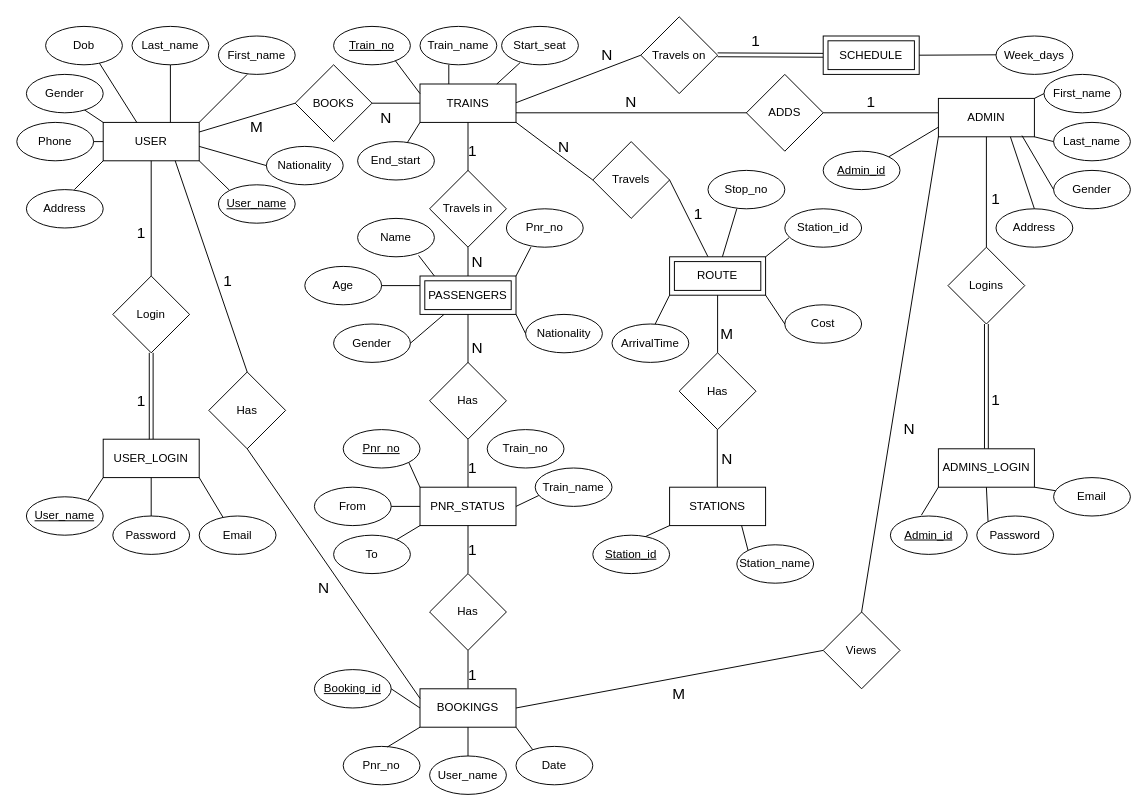
Above: Project Details/IRCTC ER Diagram (2).drawio in SHASHIDHAR-as/IRCTC (draw.io), before the change. Source tidied: cells renumbered, new cells numbered last; positions are measured from the earlier drawing's top-left corner, leaving out a move shared by most shapes. Both pictures are drawn from the tidied source at 96%, with x=0, y=0 at pixel (16, 16).
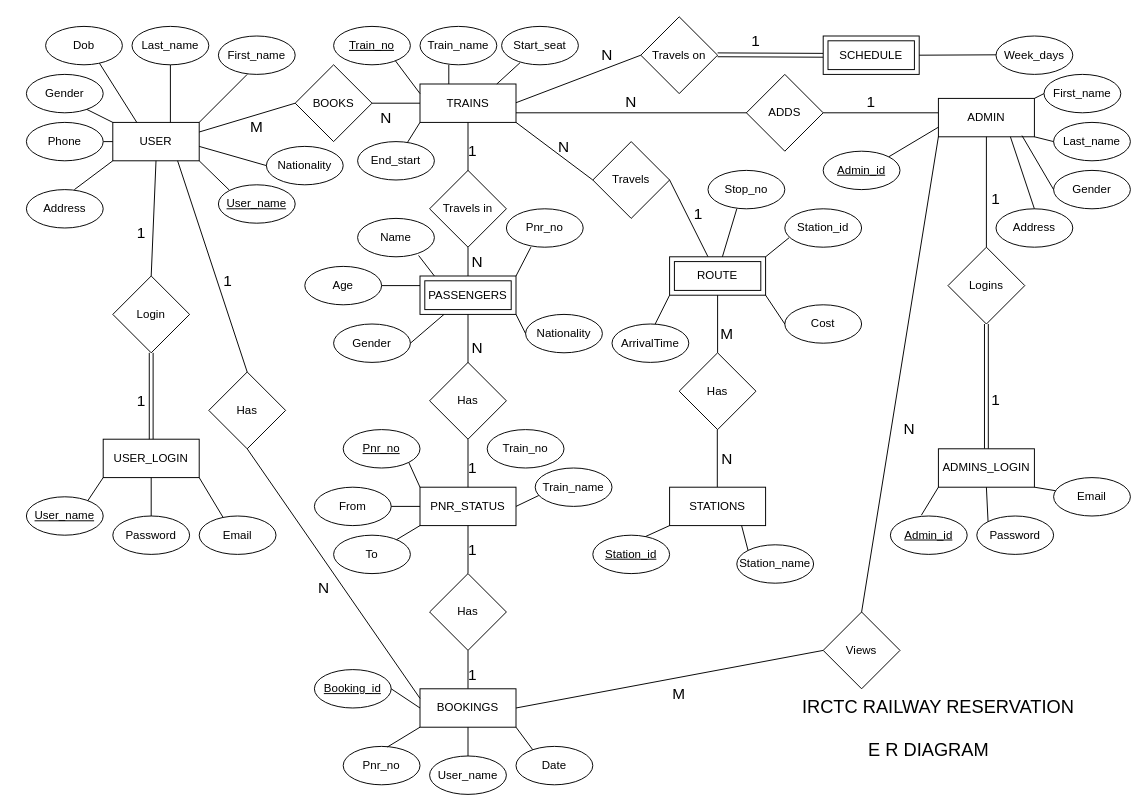
The same diagram, later.

Diff of the diagram source:
```diff
@@
     <mxCell id="2" value="USER" style="whiteSpace=wrap;html=1;align=center;" parent="1" vertex="1">
-      <mxGeometry x="90" y="110" width="100" height="40" as="geometry" />
+      <mxGeometry x="100" y="110" width="90" height="40" as="geometry" />
     </mxCell>
@@
     <mxCell id="10" style="line;strokeWidth=1;html=1;perimeter=backbonePerimeter;" parent="1" vertex="1">
-      <mxGeometry x="60" y="125" width="30" height="10" as="geometry" />
+      <mxGeometry x="90" y="125" width="10" height="10" as="geometry" />
     </mxCell>
@@
-    <mxCell id="12" style="endArrow=none;html=1;rounded=0;" parent="1" edge="1">
+    <mxCell id="12" style="endArrow=none;html=1;rounded=0;exitX=0;exitY=0;exitDx=0;exitDy=0;" parent="1" edge="1" source="2">
       <mxGeometry x="-1" y="-14" relative="1" as="geometry">
-        <mxPoint x="90" y="110" as="sourcePoint" />
         <mxPoint x="60" y="90" as="targetPoint" />
       </mxGeometry>
     </mxCell>
@@
     <mxCell id="18" value="Phone" style="ellipse;whiteSpace=wrap;html=1;align=center;strokeWidth=1;" parent="1" vertex="1">
-      <mxGeometry y="110" width="80" height="40" as="geometry" />
+      <mxGeometry x="10" y="110" width="80" height="40" as="geometry" />
     </mxCell>
@@
+    <mxCell id="161" value="IRCTC RAILWAY RESERVATION" style="text;strokeColor=none;align=center;fillColor=none;html=1;verticalAlign=middle;whiteSpace=wrap;rounded=0;fontSize=19;" parent="1" vertex="1">
+      <mxGeometry x="790" y="700" width="340" height="40" as="geometry" />
+    </mxCell>
+    <mxCell id="162" value="E R DIAGRAM" style="text;strokeColor=none;align=center;fillColor=none;html=1;verticalAlign=middle;whiteSpace=wrap;rounded=0;fontSize=19;" parent="1" vertex="1">
+      <mxGeometry x="875" y="750" width="150" height="30" as="geometry" />
+    </mxCell>
```
